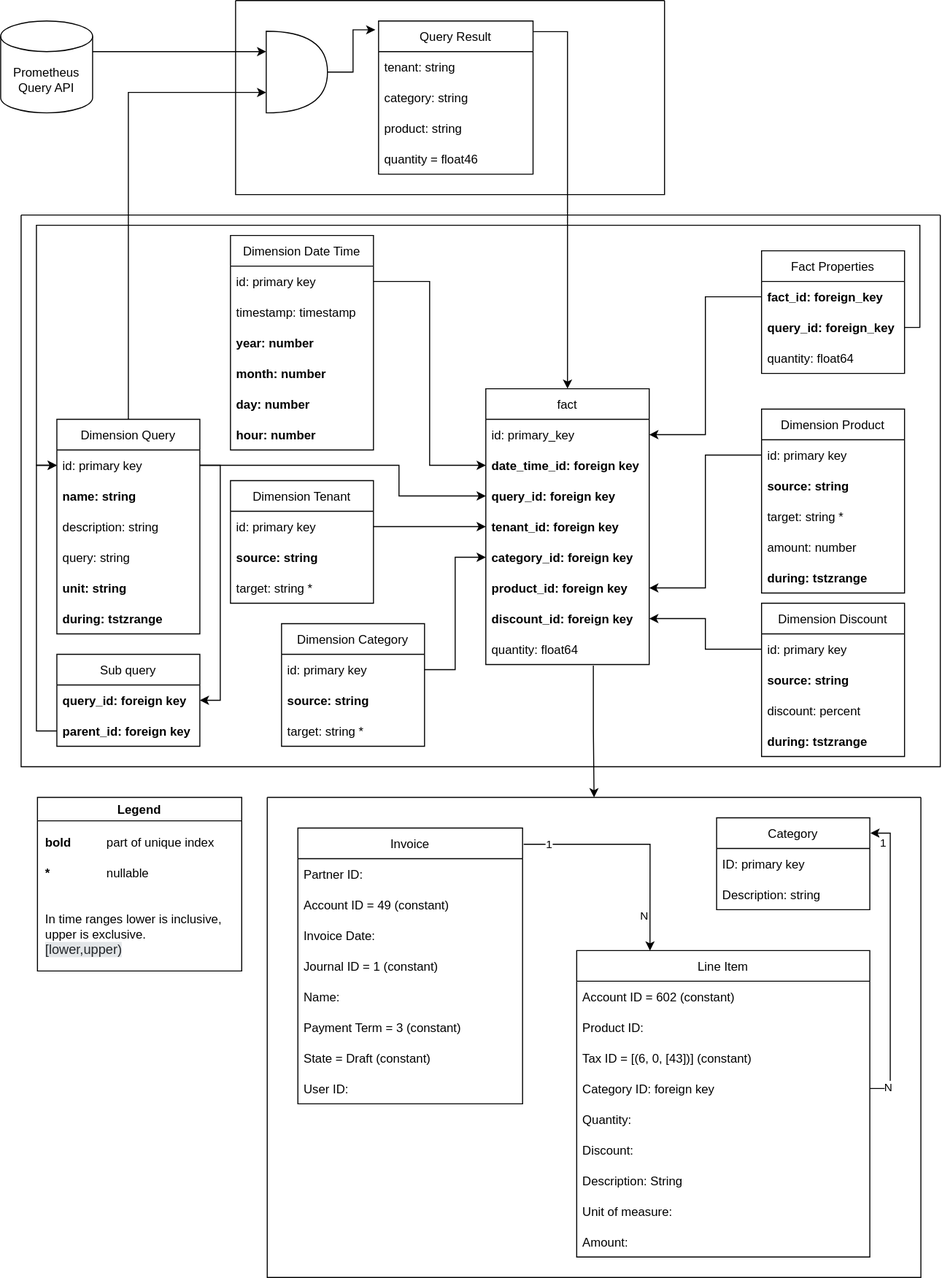
The draw.io diagram docs/modules/ROOT/assets/images/system/data-model-billing.drawio.svg in appuio/appuio-io-docs, before a commit. Source tidied: cells renumbered, new cells last; positions are measured from the earlier drawing's top-left corner, leaving out a move shared by most shapes.
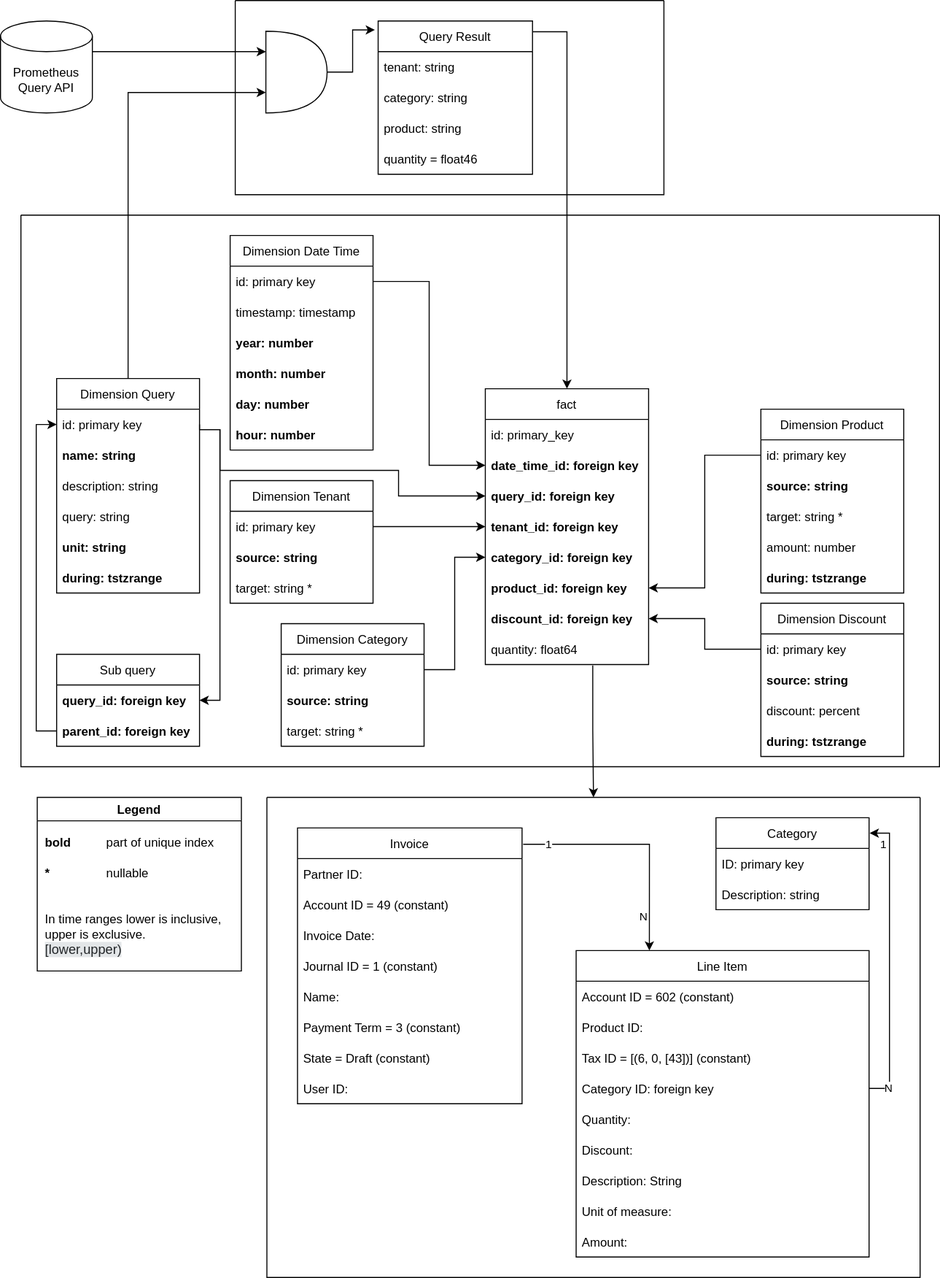
The same diagram one commit later.

Commit message:
Include fact properties in fact table

Instead of adding another (sub-)fact table and linking the two fact
tables, we integrate sub facts in the main fact table. This leaves us
with a more standard star schema and simplifies data ingestion an
querying.

The invoice generation differentiate facts from subfacts and find the
subfact for a given fact by joining the subquery table.

Diff of the diagram source:
```diff
@@ -253,7 +253,7 @@
       <mxGeometry relative="1" as="geometry" />
     </mxCell>
     <mxCell id="84" value="Dimension Query" style="swimlane;fontStyle=0;horizontal=1;startSize=30;" parent="43" vertex="1">
-      <mxGeometry x="35" y="200" width="140" height="210" as="geometry" />
+      <mxGeometry x="35" y="160" width="140" height="210" as="geometry" />
     </mxCell>
     <mxCell id="85" value="id: primary key" style="text;strokeColor=none;fillColor=none;align=left;verticalAlign=middle;spacingLeft=4;spacingRight=4;overflow=hidden;points=[[0,0.5],[1,0.5]];portConstraint=eastwest;" parent="84" vertex="1">
       <mxGeometry y="30" width="140" height="30" as="geometry" />
@@ -276,36 +276,14 @@
     <mxCell id="91" style="edgeStyle=orthogonalEdgeStyle;rounded=0;jettySize=auto;html=1;exitX=1;exitY=0.5;exitDx=0;exitDy=0;entryX=0;entryY=0.5;entryDx=0;entryDy=0;" parent="43" edge="1" source="85" target="47">
       <mxGeometry relative="1" as="geometry">
         <Array as="points">
-          <mxPoint x="370" y="245" />
+          <mxPoint x="175" y="210" />
+          <mxPoint x="195" y="210" />
+          <mxPoint x="195" y="250" />
+          <mxPoint x="370" y="250" />
           <mxPoint x="370" y="275" />
         </Array>
       </mxGeometry>
     </mxCell>
-    <mxCell id="92" value="Fact Properties" style="swimlane;fontStyle=0;horizontal=1;startSize=30;" parent="43" vertex="1">
-      <mxGeometry x="725" y="35" width="140" height="120" as="geometry" />
-    </mxCell>
-    <mxCell id="93" value="fact_id: foreign_key" style="text;strokeColor=none;fillColor=none;align=left;verticalAlign=middle;spacingLeft=4;spacingRight=4;overflow=hidden;points=[[0,0.5],[1,0.5]];portConstraint=eastwest;fontStyle=1;" parent="92" vertex="1">
-      <mxGeometry y="30" width="140" height="30" as="geometry" />
-    </mxCell>
-    <mxCell id="94" value="query_id: foreign_key" style="text;strokeColor=none;fillColor=none;align=left;verticalAlign=middle;spacingLeft=4;spacingRight=4;overflow=hidden;points=[[0,0.5],[1,0.5]];portConstraint=eastwest;fontStyle=1;" parent="92" vertex="1">
-      <mxGeometry y="60" width="140" height="30" as="geometry" />
-    </mxCell>
-    <mxCell id="95" value="quantity: float64" style="text;strokeColor=none;fillColor=none;align=left;verticalAlign=middle;spacingLeft=4;spacingRight=4;overflow=hidden;" parent="92" vertex="1">
-      <mxGeometry y="90" width="140" height="30" as="geometry" />
-    </mxCell>
-    <mxCell id="96" style="edgeStyle=orthogonalEdgeStyle;rounded=0;jettySize=auto;html=1;entryX=1;entryY=0.5;entryDx=0;entryDy=0;" parent="43" edge="1" source="93" target="45">
-      <mxGeometry relative="1" as="geometry" />
-    </mxCell>
-    <mxCell id="97" style="edgeStyle=orthogonalEdgeStyle;rounded=0;jettySize=auto;html=1;entryX=0;entryY=0.5;entryDx=0;entryDy=0;" parent="43" edge="1" source="94" target="85">
-      <mxGeometry relative="1" as="geometry">
-        <Array as="points">
-          <mxPoint x="880" y="110" />
-          <mxPoint x="880" y="10" />
-          <mxPoint x="15" y="10" />
-          <mxPoint x="15" y="245" />
-        </Array>
-      </mxGeometry>
-    </mxCell>
     <mxCell id="98" value="Sub query" style="swimlane;fontStyle=0;horizontal=1;startSize=30;" parent="43" vertex="1">
       <mxGeometry x="35" y="430" width="140" height="90" as="geometry" />
     </mxCell>
@@ -318,10 +296,11 @@
     <mxCell id="101" style="edgeStyle=orthogonalEdgeStyle;rounded=0;jettySize=auto;html=1;entryX=0;entryY=0.5;entryDx=0;entryDy=0;" parent="43" edge="1" source="100" target="85">
       <mxGeometry relative="1" as="geometry" />
     </mxCell>
-    <mxCell id="102" style="edgeStyle=orthogonalEdgeStyle;rounded=0;jettySize=auto;html=1;entryX=1;entryY=0.5;entryDx=0;entryDy=0;" parent="43" edge="1" source="85" target="99">
+    <mxCell id="102" style="edgeStyle=orthogonalEdgeStyle;rounded=0;jettySize=auto;html=1;entryX=1;entryY=0.5;entryDx=0;entryDy=0;" parent="43" edge="1" target="99">
       <mxGeometry relative="1" as="geometry">
+        <mxPoint x="175" y="210" as="sourcePoint" />
         <Array as="points">
-          <mxPoint x="195" y="245" />
+          <mxPoint x="195" y="210" />
           <mxPoint x="195" y="475" />
         </Array>
       </mxGeometry>
```
